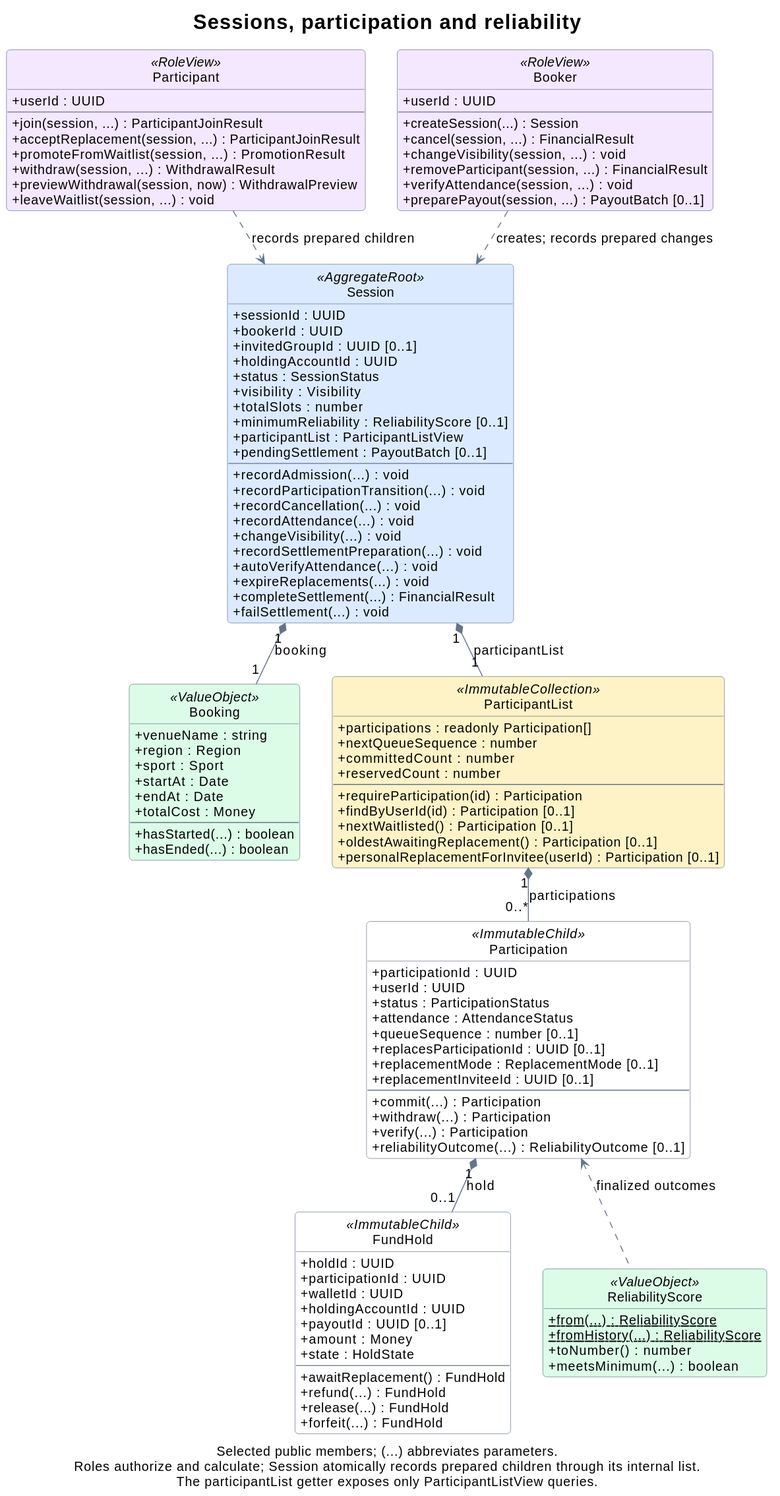
rbrishi15/booking-web-manager keeps this PlantUML diagram as docs/assets/domain-sessions.svg. Above is the earlier version.
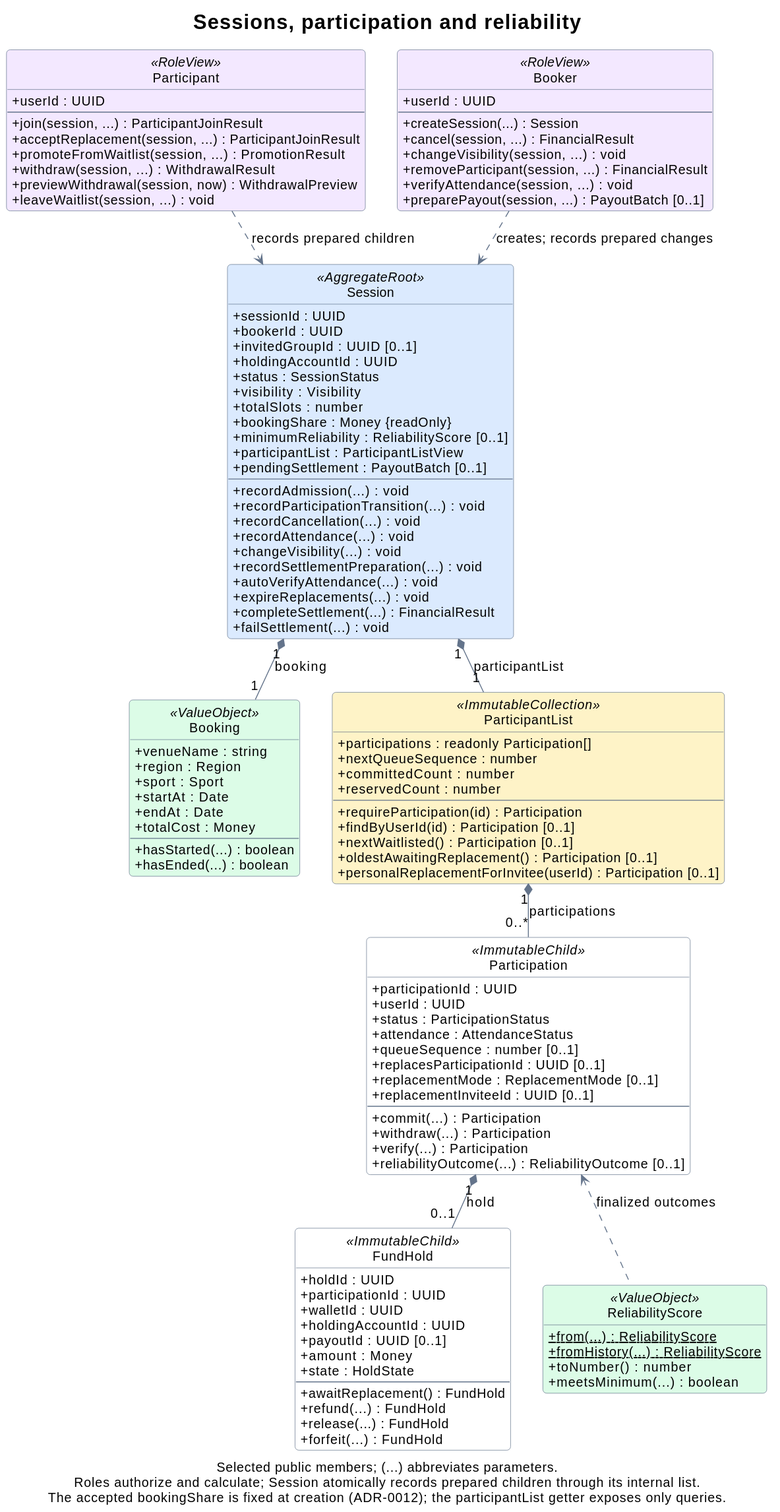
The same diagram one commit later.

Change to the diagram source:
```diff
@@ -30,6 +30,7 @@
   +status : SessionStatus
   +visibility : Visibility
   +totalSlots : number
+  +bookingShare : Money {readOnly}
   +minimumReliability : ReliabilityScore [0..1]
   +participantList : ParticipantListView
   +pendingSettlement : PayoutBatch [0..1]
@@ -141,5 +142,5 @@
 Booking -[hidden]right- ParticipantList
 FundHold -[hidden]right- ReliabilityScore
 
-caption Selected public members; (...) abbreviates parameters.\nRoles authorize and calculate; Session atomically records prepared children through its internal list.\nThe participantList getter exposes only ParticipantListView queries.
+caption Selected public members; (...) abbreviates parameters.\nRoles authorize and calculate; Session atomically records prepared children through its internal list.\nThe accepted bookingShare is fixed at creation (ADR-0012); the participantList getter exposes only queries.
 @enduml
```
